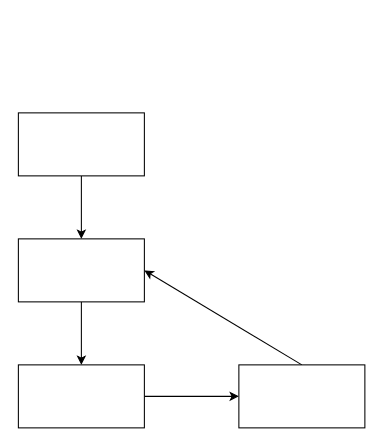
The draw.io diagram 未命名绘图.drawio in StoryKing123/draw-io, before the edit. Source tidied: cells renumbered, new cells numbered last; positions are measured from the earlier drawing's top-left corner, leaving out a move shared by most shapes. Both pictures are drawn from the tidied source at 105%, with x=0, y=0 at pixel (18, 112).
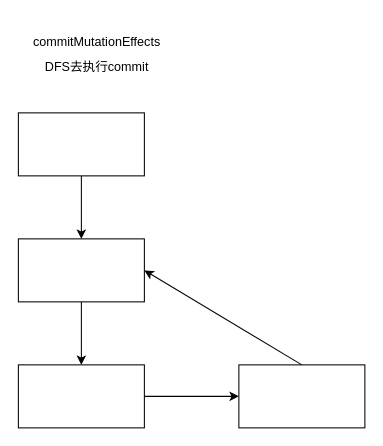
The same page after the edit.

Commit message (it also covers changes not shown here):
更新未命名绘图.drawio

Change to the diagram source:
```diff
@@
 <mxGraphModel>
   <root>
     <mxCell id="0" />
     <mxCell id="1" parent="0" />
     <mxCell id="2" style="edgeStyle=orthogonalEdgeStyle;rounded=0;jettySize=auto;html=1;" parent="1" edge="1" source="3" target="5">
       <mxGeometry relative="1" as="geometry" />
     </mxCell>
     <mxCell id="3" style="rounded=0;whiteSpace=wrap;html=1;" parent="1" vertex="1">
       <mxGeometry width="120" height="60" as="geometry" />
     </mxCell>
     <mxCell id="4" style="edgeStyle=orthogonalEdgeStyle;rounded=0;jettySize=auto;html=1;entryX=0.5;entryY=0;entryDx=0;entryDy=0;" parent="1" edge="1" source="5" target="7">
       <mxGeometry relative="1" as="geometry" />
     </mxCell>
     <mxCell id="5" style="rounded=0;whiteSpace=wrap;html=1;" parent="1" vertex="1">
       <mxGeometry y="120" width="120" height="60" as="geometry" />
     </mxCell>
     <mxCell id="6" style="edgeStyle=orthogonalEdgeStyle;rounded=0;jettySize=auto;html=1;entryX=0;entryY=0.5;entryDx=0;entryDy=0;" parent="1" edge="1" source="7" target="9">
       <mxGeometry relative="1" as="geometry" />
     </mxCell>
     <mxCell id="7" style="rounded=0;whiteSpace=wrap;html=1;" parent="1" vertex="1">
       <mxGeometry y="240" width="120" height="60" as="geometry" />
     </mxCell>
     <mxCell id="8" style="jettySize=auto;html=1;entryX=1;entryY=0.5;entryDx=0;entryDy=0;rounded=0;exitX=0.5;exitY=0;exitDx=0;exitDy=0;" parent="1" edge="1" source="9" target="5">
       <mxGeometry relative="1" as="geometry" />
     </mxCell>
     <mxCell id="9" style="rounded=0;whiteSpace=wrap;html=1;" parent="1" vertex="1">
       <mxGeometry x="210" y="240" width="120" height="60" as="geometry" />
     </mxCell>
+    <mxCell id="10" value="&lt;div class=&quot;lake-content&quot;&gt;&lt;p style=&quot;margin: 0; padding: 0; min-height: 24px&quot; class=&quot;ne-p&quot; id=&quot;ue68f30f5&quot;&gt;commitMutationEffects&lt;/p&gt;&lt;/div&gt;DFS去执行commit" style="text;html=1;strokeColor=none;fillColor=none;align=center;verticalAlign=middle;whiteSpace=wrap;rounded=0;" parent="1" vertex="1">
+      <mxGeometry y="-90" width="150" height="70" as="geometry" />
+    </mxCell>
   </root>
 </mxGraphModel>
```
